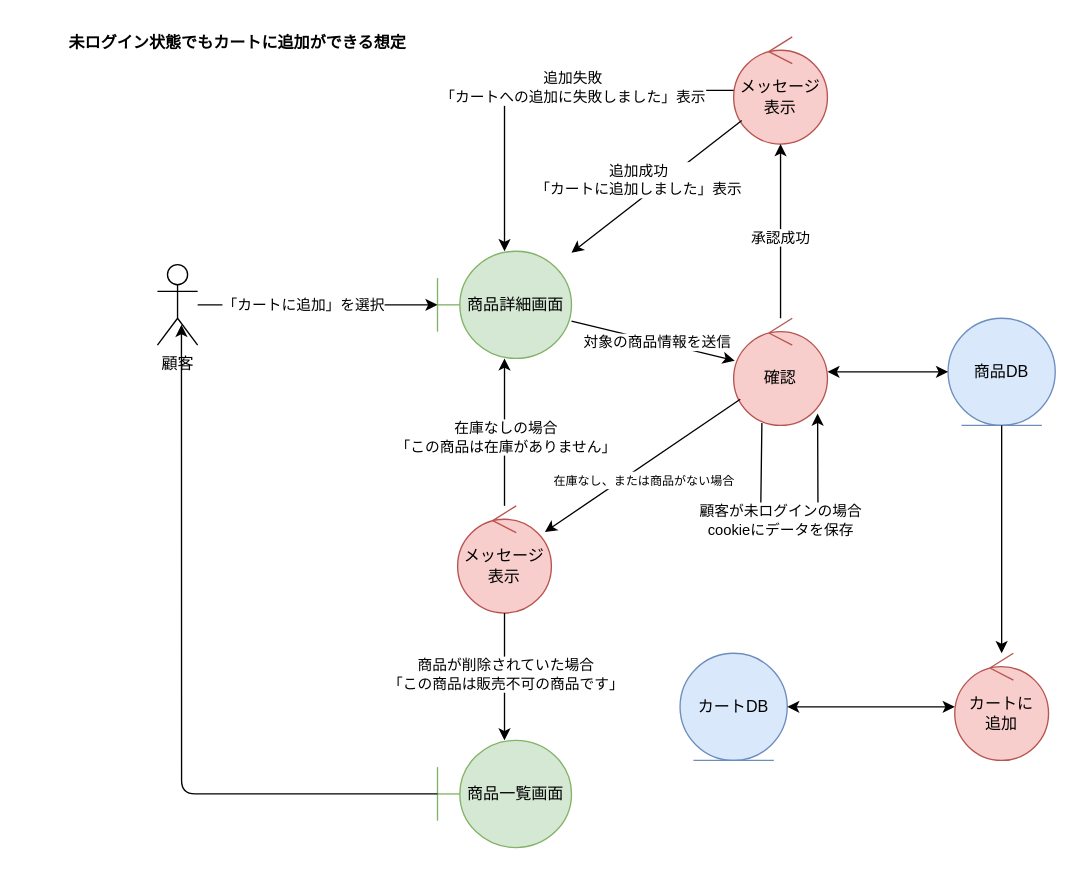
Before: BB/analysis_cart.drawio in FujikawaHirono0520/group3_1_dogdog, a draw.io diagram. Source tidied: cells renumbered, new cells numbered last; positions are measured from the earlier drawing's top-left corner, leaving out a move shared by most shapes. Both pictures are drawn from the tidied source at 134%, with x=0, y=0 at pixel (23, 23).
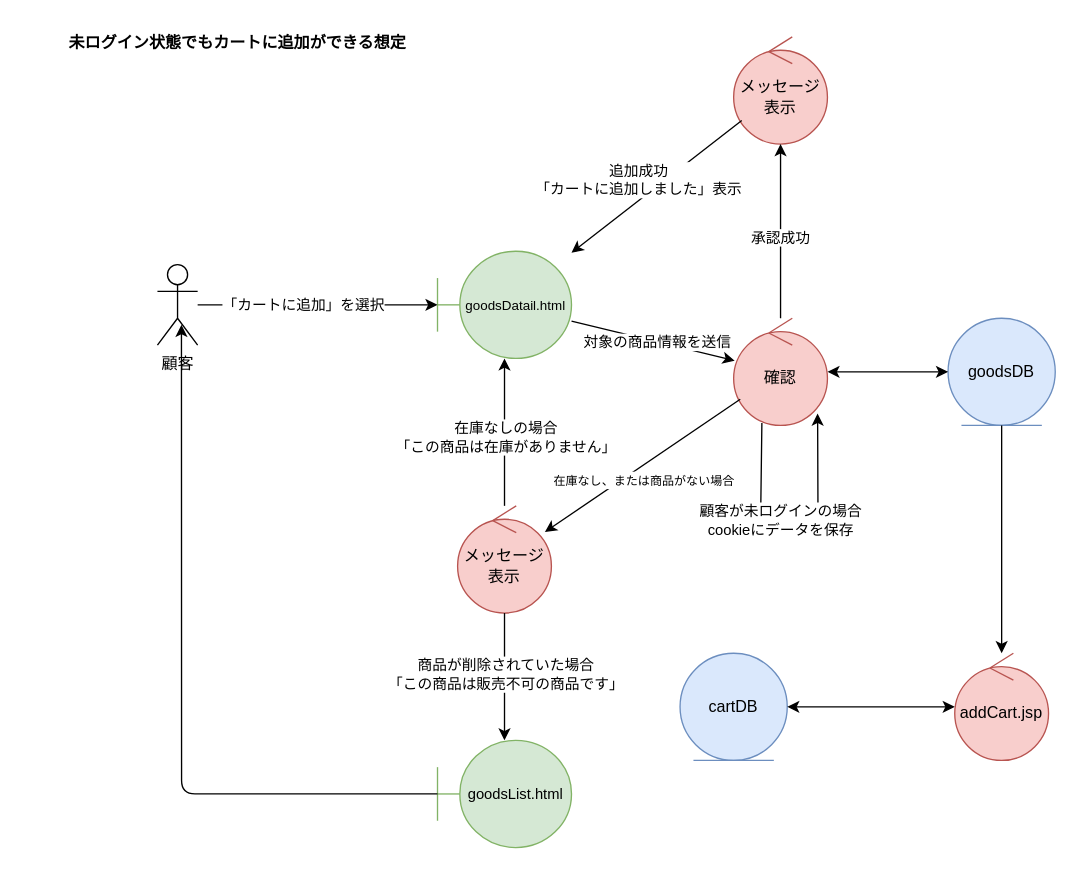
Above is the later version.

Commit message (it also covers changes not shown here):
update sequence and analysis

Unchanged cells that the change refers to:
```xml
<mxCell id="12" value="メッセージ表示" style="ellipse;shape=umlControl;whiteSpace=wrap;html=1;fillColor=#f8cecc;strokeColor=#b85450;" parent="1" vertex="1">
  <mxGeometry x="530" y="10" width="70" height="80" as="geometry" />
</mxCell>
```

What changed in the source:
```diff
@@
-    <mxCell id="3" value="商品詳細画面" style="shape=umlBoundary;whiteSpace=wrap;html=1;fillColor=#d5e8d4;strokeColor=#82b366;" parent="1" vertex="1">
+    <mxCell id="3" value="&lt;font style=&quot;font-size: 10px;&quot;&gt;goodsDatail.html&lt;/font&gt;" style="shape=umlBoundary;whiteSpace=wrap;html=1;fillColor=#d5e8d4;strokeColor=#82b366;" parent="1" vertex="1">
       <mxGeometry x="309" y="170" width="100" height="80" as="geometry" />
     </mxCell>
@@
-    <mxCell id="10" value="商品DB" style="ellipse;shape=umlEntity;whiteSpace=wrap;html=1;fillColor=#dae8fc;strokeColor=#6c8ebf;" parent="1" vertex="1">
+    <mxCell id="10" value="goodsDB" style="ellipse;shape=umlEntity;whiteSpace=wrap;html=1;fillColor=#dae8fc;strokeColor=#6c8ebf;" parent="1" vertex="1">
       <mxGeometry x="690" y="220" width="80" height="80" as="geometry" />
     </mxCell>
@@
-    <mxCell id="17" value="カートに&lt;div&gt;追加&lt;/div&gt;" style="ellipse;shape=umlControl;whiteSpace=wrap;html=1;fillColor=#f8cecc;strokeColor=#b85450;" parent="1" vertex="1">
+    <mxCell id="17" value="addCart.jsp" style="ellipse;shape=umlControl;whiteSpace=wrap;html=1;fillColor=#f8cecc;strokeColor=#b85450;" parent="1" vertex="1">
       <mxGeometry x="695" y="470" width="70" height="80" as="geometry" />
     </mxCell>
@@
-    <mxCell id="24" value="商品一覧画面" style="shape=umlBoundary;whiteSpace=wrap;html=1;fillColor=#d5e8d4;strokeColor=#82b366;" parent="1" vertex="1">
+    <mxCell id="24" value="&lt;font style=&quot;font-size: 11px;&quot;&gt;goodsList.html&lt;/font&gt;" style="shape=umlBoundary;whiteSpace=wrap;html=1;fillColor=#d5e8d4;strokeColor=#82b366;" parent="1" vertex="1">
       <mxGeometry x="309" y="535" width="100" height="80" as="geometry" />
     </mxCell>
@@
-    <mxCell id="28" style="endArrow=classic;html=1;" parent="1" edge="1" source="12" target="3">
-      <mxGeometry relative="1" as="geometry">
-        <Array as="points">
-          <mxPoint x="359" y="50" />
-        </Array>
-      </mxGeometry>
-    </mxCell>
-    <mxCell id="29" value="追加失敗&lt;div&gt;「カートへの追加に失敗しました」表示&lt;/div&gt;" style="edgeLabel;html=1;align=center;verticalAlign=middle;" parent="28" vertex="1">
-      <mxGeometry x="-0.17" y="-3" relative="1" as="geometry" />
-    </mxCell>
@@
-    <mxCell id="32" value="カートDB" style="ellipse;shape=umlEntity;whiteSpace=wrap;html=1;fillColor=#dae8fc;strokeColor=#6c8ebf;" parent="1" vertex="1">
+    <mxCell id="32" value="cartDB" style="ellipse;shape=umlEntity;whiteSpace=wrap;html=1;fillColor=#dae8fc;strokeColor=#6c8ebf;" parent="1" vertex="1">
       <mxGeometry x="490" y="470" width="80" height="80" as="geometry" />
     </mxCell>
```
